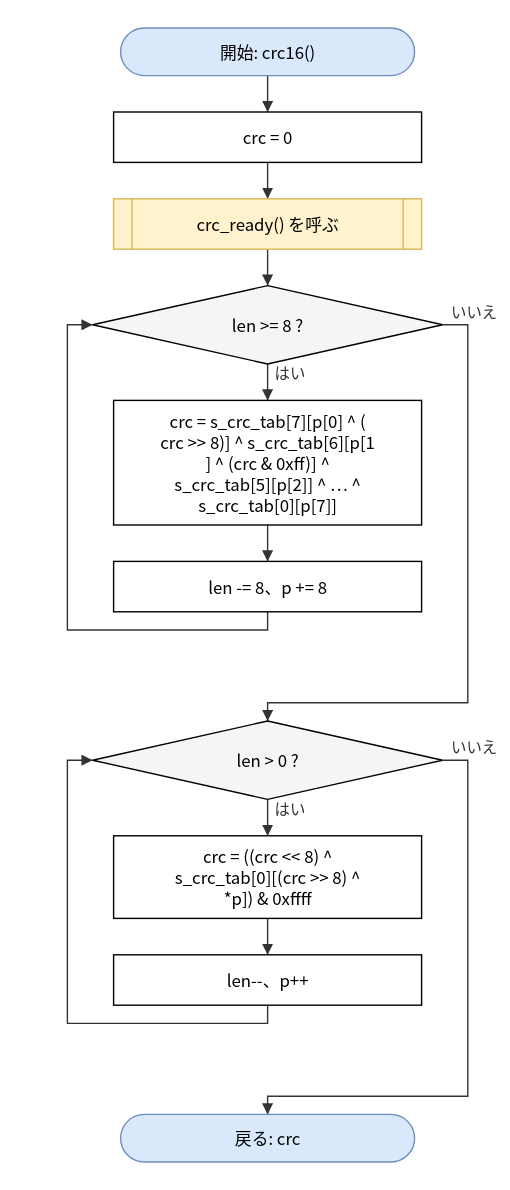
Before: doc/spec/images/flow_src_bfm_dif-crc16.drawio.svg, a diagram exported from draw.io (hf355051012-ai/bfmem). Source tidied: cells renumbered, new cells last; positions are measured from the earlier drawing's top-left corner, leaving out a move shared by most shapes.
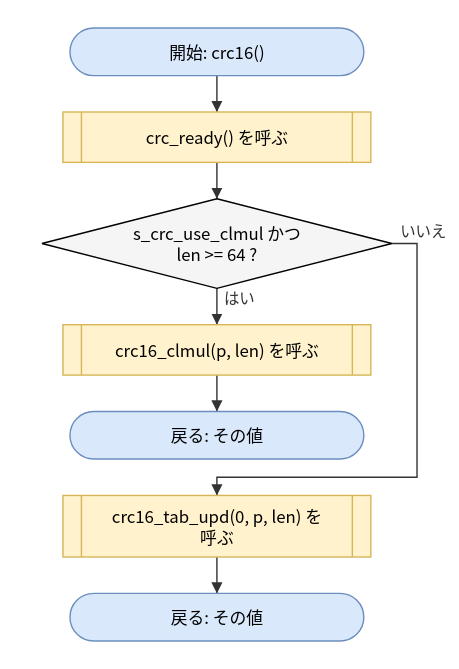
The same diagram one commit later.

The edit, as a diff of the source:
```diff
@@ -3,91 +3,49 @@
     <mxCell id="0" />
     <mxCell id="1" parent="0" />
     <mxCell id="2" value="開始: crc16()" style="rounded=1;arcSize=50;whiteSpace=wrap;html=1;fillColor=#dae8fc;strokeColor=#6c8ebf;" parent="1" vertex="1">
-      <mxGeometry x="38" width="210" height="34" as="geometry" />
+      <mxGeometry x="2" width="210" height="34" as="geometry" />
     </mxCell>
-    <mxCell id="3" value="crc = 0" style="rounded=0;whiteSpace=wrap;html=1;" parent="1" vertex="1">
-      <mxGeometry x="33" y="60" width="220" height="36" as="geometry" />
+    <mxCell id="3" value="crc_ready() を呼ぶ" style="shape=process;whiteSpace=wrap;html=1;backgroundOutline=1;size=0.06;fillColor=#fff2cc;strokeColor=#d6b656;" parent="1" vertex="1">
+      <mxGeometry x="-3" y="60" width="220" height="36" as="geometry" />
     </mxCell>
-    <mxCell id="4" value="crc_ready() を呼ぶ" style="shape=process;whiteSpace=wrap;html=1;backgroundOutline=1;size=0.06;fillColor=#fff2cc;strokeColor=#d6b656;" parent="1" vertex="1">
-      <mxGeometry x="33" y="122" width="220" height="36" as="geometry" />
+    <mxCell id="4" value="s_crc_use_clmul かつ&lt;br&gt;len &amp;gt;= 64 ?" style="rhombus;whiteSpace=wrap;html=1;fillColor=#f5f5f5;" parent="1" vertex="1">
+      <mxGeometry x="-18" y="122" width="250" height="64" as="geometry" />
     </mxCell>
-    <mxCell id="5" value="len &amp;gt;= 8 ?" style="rhombus;whiteSpace=wrap;html=1;fillColor=#f5f5f5;" parent="1" vertex="1">
-      <mxGeometry x="18" y="184" width="250" height="56" as="geometry" />
+    <mxCell id="5" value="crc16_clmul(p, len) を呼ぶ" style="shape=process;whiteSpace=wrap;html=1;backgroundOutline=1;size=0.06;fillColor=#fff2cc;strokeColor=#d6b656;" parent="1" vertex="1">
+      <mxGeometry x="-3" y="212" width="220" height="36" as="geometry" />
     </mxCell>
-    <mxCell id="6" value="crc = s_crc_tab[7][p[0] ^ (&lt;br&gt;crc &amp;gt;&amp;gt; 8)] ^ s_crc_tab[6][p[1&lt;br&gt;] ^ (crc &amp;amp; 0xff)] ^&lt;br&gt;s_crc_tab[5][p[2]] ^ … ^&lt;br&gt;s_crc_tab[0][p[7]]" style="rounded=0;whiteSpace=wrap;html=1;" parent="1" vertex="1">
-      <mxGeometry x="33" y="266" width="220" height="89" as="geometry" />
+    <mxCell id="6" value="戻る: その値" style="rounded=1;arcSize=50;whiteSpace=wrap;html=1;fillColor=#dae8fc;strokeColor=#6c8ebf;" parent="1" vertex="1">
+      <mxGeometry x="2" y="274" width="210" height="34" as="geometry" />
     </mxCell>
-    <mxCell id="7" value="len -= 8、p += 8" style="rounded=0;whiteSpace=wrap;html=1;" parent="1" vertex="1">
-      <mxGeometry x="33" y="381" width="220" height="36" as="geometry" />
+    <mxCell id="7" value="crc16_tab_upd(0, p, len) を&lt;br&gt;呼ぶ" style="shape=process;whiteSpace=wrap;html=1;backgroundOutline=1;size=0.06;fillColor=#fff2cc;strokeColor=#d6b656;" parent="1" vertex="1">
+      <mxGeometry x="-3" y="334" width="220" height="44" as="geometry" />
     </mxCell>
-    <mxCell id="8" value="len &amp;gt; 0 ?" style="rhombus;whiteSpace=wrap;html=1;fillColor=#f5f5f5;" parent="1" vertex="1">
-      <mxGeometry x="18" y="495" width="250" height="56" as="geometry" />
+    <mxCell id="8" value="戻る: その値" style="rounded=1;arcSize=50;whiteSpace=wrap;html=1;fillColor=#dae8fc;strokeColor=#6c8ebf;" parent="1" vertex="1">
+      <mxGeometry x="2" y="404" width="210" height="34" as="geometry" />
     </mxCell>
-    <mxCell id="9" value="crc = ((crc &amp;lt;&amp;lt; 8) ^&lt;br&gt;s_crc_tab[0][(crc &amp;gt;&amp;gt; 8) ^&lt;br&gt;*p]) &amp;amp; 0xffff" style="rounded=0;whiteSpace=wrap;html=1;" parent="1" vertex="1">
-      <mxGeometry x="33" y="577" width="220" height="59" as="geometry" />
-    </mxCell>
-    <mxCell id="10" value="len--、p++" style="rounded=0;whiteSpace=wrap;html=1;" parent="1" vertex="1">
-      <mxGeometry x="33" y="662" width="220" height="36" as="geometry" />
-    </mxCell>
-    <mxCell id="11" value="戻る: crc" style="rounded=1;arcSize=50;whiteSpace=wrap;html=1;fillColor=#dae8fc;strokeColor=#6c8ebf;" parent="1" vertex="1">
-      <mxGeometry x="38" y="776" width="210" height="34" as="geometry" />
-    </mxCell>
     <mxCell id="12" style="edgeStyle=none;html=1;rounded=0;endArrow=block;endFill=1;exitX=0.5000;exitY=1.0000;exitDx=0;exitDy=0;exitPerimeter=0;entryX=0.5000;entryY=0.0000;entryDx=0;entryDy=0;entryPerimeter=0;" parent="1" edge="1" source="2" target="3">
       <mxGeometry relative="1" as="geometry" />
     </mxCell>
     <mxCell id="13" style="edgeStyle=none;html=1;rounded=0;endArrow=block;endFill=1;exitX=0.5000;exitY=1.0000;exitDx=0;exitDy=0;exitPerimeter=0;entryX=0.5000;entryY=0.0000;entryDx=0;entryDy=0;entryPerimeter=0;" parent="1" edge="1" source="3" target="4">
       <mxGeometry relative="1" as="geometry" />
     </mxCell>
-    <mxCell id="14" style="edgeStyle=none;html=1;rounded=0;endArrow=block;endFill=1;exitX=0.5000;exitY=1.0000;exitDx=0;exitDy=0;exitPerimeter=0;entryX=0.5000;entryY=0.0000;entryDx=0;entryDy=0;entryPerimeter=0;" parent="1" edge="1" source="4" target="5">
+    <mxCell id="14" value="はい" style="edgeStyle=none;html=1;rounded=0;endArrow=block;endFill=1;exitX=0.5000;exitY=1.0000;exitDx=0;exitDy=0;exitPerimeter=0;entryX=0.5000;entryY=0.0000;entryDx=0;entryDy=0;entryPerimeter=0;" parent="1" edge="1" source="4" target="5">
       <mxGeometry relative="1" as="geometry" />
     </mxCell>
-    <mxCell id="15" value="はい" style="edgeStyle=none;html=1;rounded=0;endArrow=block;endFill=1;exitX=0.5000;exitY=1.0000;exitDx=0;exitDy=0;exitPerimeter=0;entryX=0.5000;entryY=0.0000;entryDx=0;entryDy=0;entryPerimeter=0;" parent="1" edge="1" source="5" target="6">
+    <mxCell id="15" style="edgeStyle=none;html=1;rounded=0;endArrow=block;endFill=1;exitX=0.5000;exitY=1.0000;exitDx=0;exitDy=0;exitPerimeter=0;entryX=0.5000;entryY=0.0000;entryDx=0;entryDy=0;entryPerimeter=0;" parent="1" edge="1" source="5" target="6">
       <mxGeometry relative="1" as="geometry" />
     </mxCell>
-    <mxCell id="16" style="edgeStyle=none;html=1;rounded=0;endArrow=block;endFill=1;exitX=0.5000;exitY=1.0000;exitDx=0;exitDy=0;exitPerimeter=0;entryX=0.5000;entryY=0.0000;entryDx=0;entryDy=0;entryPerimeter=0;" parent="1" edge="1" source="6" target="7">
-      <mxGeometry relative="1" as="geometry" />
+    <mxCell id="16" value="いいえ" style="edgeStyle=none;html=1;rounded=0;endArrow=block;endFill=1;exitX=1.0000;exitY=0.5000;exitDx=0;exitDy=0;exitPerimeter=0;entryX=0.5000;entryY=0.0000;entryDx=0;entryDy=0;entryPerimeter=0;" parent="1" edge="1" source="4" target="7">
+      <mxGeometry relative="1" as="geometry">
+        <Array as="points">
+          <mxPoint x="250" y="154" />
+          <mxPoint x="250" y="321" />
+          <mxPoint x="107" y="321" />
+        </Array>
+      </mxGeometry>
     </mxCell>
-    <mxCell id="17" style="edgeStyle=none;html=1;rounded=0;endArrow=block;endFill=1;exitX=0.5000;exitY=1.0000;exitDx=0;exitDy=0;exitPerimeter=0;entryX=0.0000;entryY=0.5000;entryDx=0;entryDy=0;entryPerimeter=0;" parent="1" edge="1" source="7" target="5">
-      <mxGeometry relative="1" as="geometry">
-        <Array as="points">
-          <mxPoint x="143" y="430" />
-          <mxPoint y="430" />
-          <mxPoint y="212" />
-        </Array>
-      </mxGeometry>
+    <mxCell id="17" style="edgeStyle=none;html=1;rounded=0;endArrow=block;endFill=1;exitX=0.5000;exitY=1.0000;exitDx=0;exitDy=0;exitPerimeter=0;entryX=0.5000;entryY=0.0000;entryDx=0;entryDy=0;entryPerimeter=0;" parent="1" edge="1" source="7" target="8">
+      <mxGeometry relative="1" as="geometry" />
     </mxCell>
-    <mxCell id="18" value="いいえ" style="edgeStyle=none;html=1;rounded=0;endArrow=block;endFill=1;exitX=1.0000;exitY=0.5000;exitDx=0;exitDy=0;exitPerimeter=0;entryX=0.5000;entryY=0.0000;entryDx=0;entryDy=0;entryPerimeter=0;" parent="1" edge="1" source="5" target="8">
-      <mxGeometry relative="1" as="geometry">
-        <Array as="points">
-          <mxPoint x="286" y="212" />
-          <mxPoint x="286" y="482" />
-          <mxPoint x="143" y="482" />
-        </Array>
-      </mxGeometry>
-    </mxCell>
-    <mxCell id="19" value="はい" style="edgeStyle=none;html=1;rounded=0;endArrow=block;endFill=1;exitX=0.5000;exitY=1.0000;exitDx=0;exitDy=0;exitPerimeter=0;entryX=0.5000;entryY=0.0000;entryDx=0;entryDy=0;entryPerimeter=0;" parent="1" edge="1" source="8" target="9">
-      <mxGeometry relative="1" as="geometry" />
-    </mxCell>
-    <mxCell id="20" style="edgeStyle=none;html=1;rounded=0;endArrow=block;endFill=1;exitX=0.5000;exitY=1.0000;exitDx=0;exitDy=0;exitPerimeter=0;entryX=0.5000;entryY=0.0000;entryDx=0;entryDy=0;entryPerimeter=0;" parent="1" edge="1" source="9" target="10">
-      <mxGeometry relative="1" as="geometry" />
-    </mxCell>
-    <mxCell id="21" style="edgeStyle=none;html=1;rounded=0;endArrow=block;endFill=1;exitX=0.5000;exitY=1.0000;exitDx=0;exitDy=0;exitPerimeter=0;entryX=0.0000;entryY=0.5000;entryDx=0;entryDy=0;entryPerimeter=0;" parent="1" edge="1" source="10" target="8">
-      <mxGeometry relative="1" as="geometry">
-        <Array as="points">
-          <mxPoint x="143" y="711" />
-          <mxPoint y="711" />
-          <mxPoint y="523" />
-        </Array>
-      </mxGeometry>
-    </mxCell>
-    <mxCell id="22" value="いいえ" style="edgeStyle=none;html=1;rounded=0;endArrow=block;endFill=1;exitX=1.0000;exitY=0.5000;exitDx=0;exitDy=0;exitPerimeter=0;entryX=0.5000;entryY=0.0000;entryDx=0;entryDy=0;entryPerimeter=0;" parent="1" edge="1" source="8" target="11">
-      <mxGeometry relative="1" as="geometry">
-        <Array as="points">
-          <mxPoint x="286" y="523" />
-          <mxPoint x="286" y="763" />
-          <mxPoint x="143" y="763" />
-        </Array>
-      </mxGeometry>
-    </mxCell>
   </root>
 </mxGraphModel>
```
